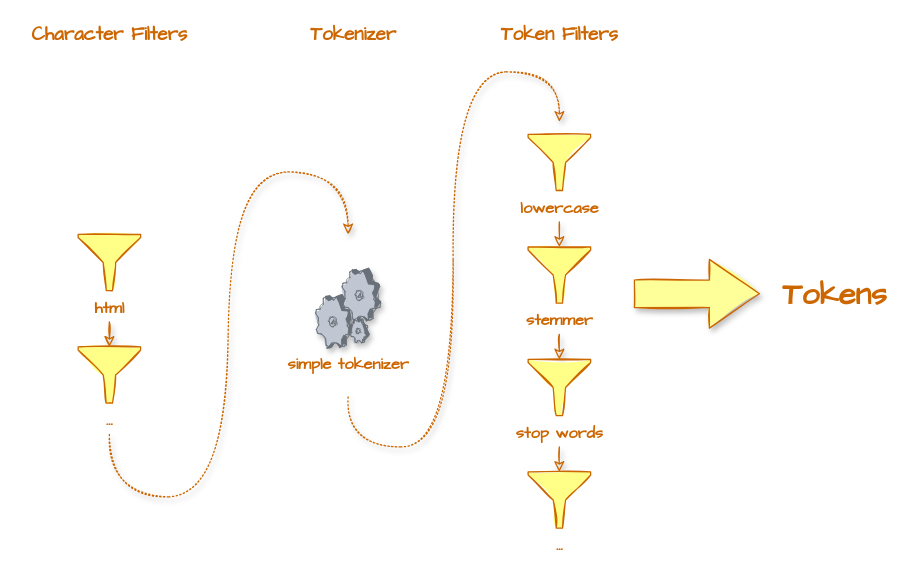
Above: page "textanalyzer" (3 of 3) of res/design.drawio in vincent-scw/mysearchengine (draw.io), before the change. Source tidied: cells renumbered, new cells numbered last; positions are measured from the earlier drawing's top-left corner, leaving out a move shared by most shapes. Both pictures are drawn from the tidied source at 125%, with x=0, y=0 at pixel (21, 21).
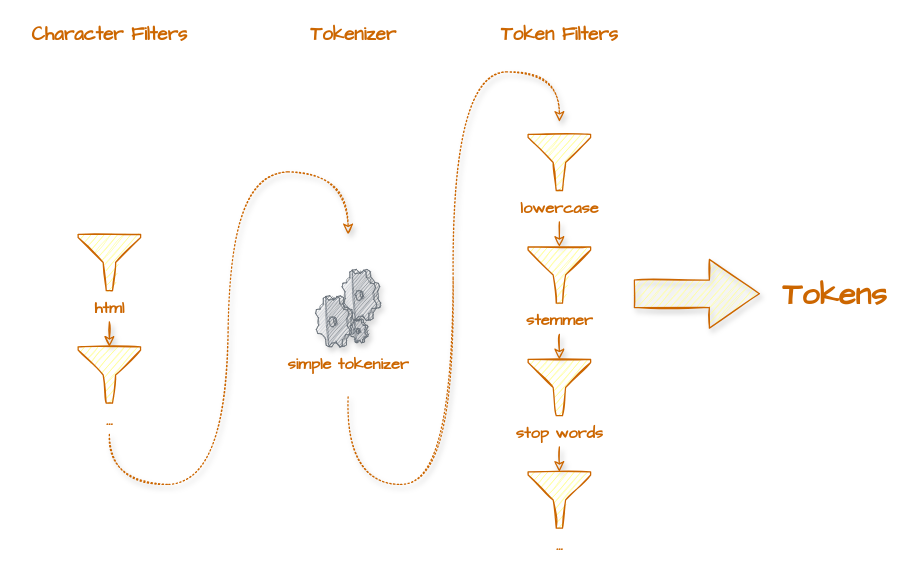
After the change.

Unchanged cells that the change refers to:
```xml
<mxCell id="2" style="group;fontColor=#CC6600;fontStyle=1;fontSize=13;" parent="1" vertex="1">
  <mxGeometry x="405" y="90" width="50" height="315" as="geometry" />
</mxCell>
<mxCell id="16" style="group;fontColor=#CC6600;fontStyle=1;fontSize=13;labelBorderColor=none;" parent="1" vertex="1">
  <mxGeometry x="45" y="170" width="50" height="135" as="geometry" />
</mxCell>
```

What changed in the source:
```diff
@@
-    <mxCell id="4" value="lowercase" style="shadow=0;dashed=0;html=1;strokeColor=#CC6600;labelPosition=center;verticalLabelPosition=bottom;verticalAlign=top;align=center;fillColor=#ffff88;shape=mxgraph.mscae.enterprise.filter;labelBackgroundColor=none;sketch=1;fontFamily=Comic Sans MS;fontSize=13;fontStyle=1;fontColor=#CC6600;fillStyle=solid;" parent="2" vertex="1">
+    <mxCell id="4" value="lowercase" style="shadow=0;dashed=0;html=1;strokeColor=#CC6600;labelPosition=center;verticalLabelPosition=bottom;verticalAlign=top;align=center;fillColor=#ffff88;shape=mxgraph.mscae.enterprise.filter;labelBackgroundColor=none;sketch=1;fontFamily=Comic Sans MS;fontSize=13;fontStyle=1;fontColor=#CC6600;fillStyle=auto;" parent="2" vertex="1">
       <mxGeometry width="50" height="45" as="geometry" />
     </mxCell>
@@
-    <mxCell id="6" value="stemmer" style="shadow=0;dashed=0;html=1;strokeColor=#CC6600;labelPosition=center;verticalLabelPosition=bottom;verticalAlign=top;align=center;fillColor=#ffff88;shape=mxgraph.mscae.enterprise.filter;labelBackgroundColor=none;sketch=1;fontFamily=Comic Sans MS;fontSize=13;fontStyle=1;fontColor=#CC6600;fillStyle=solid;" parent="2" vertex="1">
+    <mxCell id="6" value="stemmer" style="shadow=0;dashed=0;html=1;strokeColor=#CC6600;labelPosition=center;verticalLabelPosition=bottom;verticalAlign=top;align=center;fillColor=#ffff88;shape=mxgraph.mscae.enterprise.filter;labelBackgroundColor=none;sketch=1;fontFamily=Comic Sans MS;fontSize=13;fontStyle=1;fontColor=#CC6600;fillStyle=auto;" parent="2" vertex="1">
       <mxGeometry y="90" width="50" height="45" as="geometry" />
     </mxCell>
@@
-    <mxCell id="8" value="stop words" style="shadow=0;dashed=0;html=1;strokeColor=#CC6600;labelPosition=center;verticalLabelPosition=bottom;verticalAlign=top;align=center;fillColor=#ffff88;shape=mxgraph.mscae.enterprise.filter;labelBackgroundColor=none;sketch=1;fontFamily=Comic Sans MS;fontSize=13;fontStyle=1;fontColor=#CC6600;fillStyle=solid;" parent="2" vertex="1">
+    <mxCell id="8" value="stop words" style="shadow=0;dashed=0;html=1;strokeColor=#CC6600;labelPosition=center;verticalLabelPosition=bottom;verticalAlign=top;align=center;fillColor=#ffff88;shape=mxgraph.mscae.enterprise.filter;labelBackgroundColor=none;sketch=1;fontFamily=Comic Sans MS;fontSize=13;fontStyle=1;fontColor=#CC6600;fillStyle=auto;" parent="2" vertex="1">
       <mxGeometry y="180" width="50" height="45" as="geometry" />
     </mxCell>
-    <mxCell id="9" value="..." style="shadow=0;dashed=0;html=1;strokeColor=#CC6600;labelPosition=center;verticalLabelPosition=bottom;verticalAlign=top;align=center;fillColor=#ffff88;shape=mxgraph.mscae.enterprise.filter;labelBackgroundColor=none;sketch=1;fontFamily=Comic Sans MS;fontSize=13;fontStyle=1;fontColor=#CC6600;fillStyle=solid;" parent="2" vertex="1">
+    <mxCell id="9" value="..." style="shadow=0;dashed=0;html=1;strokeColor=#CC6600;labelPosition=center;verticalLabelPosition=bottom;verticalAlign=top;align=center;fillColor=#ffff88;shape=mxgraph.mscae.enterprise.filter;labelBackgroundColor=none;sketch=1;fontFamily=Comic Sans MS;fontSize=13;fontStyle=1;fontColor=#CC6600;fillStyle=auto;" parent="2" vertex="1">
       <mxGeometry y="270" width="50" height="45" as="geometry" />
     </mxCell>
@@
     <mxCell id="12" style="edgeStyle=orthogonalEdgeStyle;rounded=0;sketch=1;orthogonalLoop=1;jettySize=auto;html=1;shadow=1;endArrow=classic;endFill=0;strokeColor=#CC6600;strokeWidth=1;fontFamily=Comic Sans MS;fontSize=13;curved=1;dashed=1;dashPattern=1 2;fontColor=#CC6600;fontStyle=1;" parent="1" edge="1">
       <mxGeometry relative="1" as="geometry">
         <mxPoint x="70" y="330" as="sourcePoint" />
         <mxPoint x="261" y="170" as="targetPoint" />
         <Array as="points">
-          <mxPoint x="70" y="380" />
-          <mxPoint x="165" y="380" />
+          <mxPoint x="70" y="370" />
+          <mxPoint x="165" y="370" />
           <mxPoint x="165" y="120" />
           <mxPoint x="261" y="120" />
         </Array>
       </mxGeometry>
     </mxCell>
@@
     <mxCell id="14" style="edgeStyle=orthogonalEdgeStyle;curved=1;rounded=0;sketch=1;orthogonalLoop=1;jettySize=auto;html=1;shadow=1;dashed=1;dashPattern=1 2;endArrow=classic;endFill=0;strokeColor=#CC6600;strokeWidth=1;fontFamily=Comic Sans MS;fontSize=13;fontColor=#CC6600;" parent="1" edge="1">
       <mxGeometry relative="1" as="geometry">
         <mxPoint x="261" y="300" as="sourcePoint" />
         <mxPoint x="430" y="80" as="targetPoint" />
         <Array as="points">
-          <mxPoint x="261" y="340" />
-          <mxPoint x="345" y="340" />
+          <mxPoint x="261" y="370" />
+          <mxPoint x="345" y="370" />
           <mxPoint x="345" y="40" />
           <mxPoint x="430" y="40" />
         </Array>
       </mxGeometry>
     </mxCell>
-    <mxCell id="15" value="simple tokenizer" style="verticalLabelPosition=bottom;html=1;verticalAlign=top;strokeColor=none;align=center;shape=mxgraph.citrix.process;shadow=1;labelBackgroundColor=none;sketch=1;fontFamily=Comic Sans MS;fontSize=13;fontStyle=1;fontColor=#CC6600;fillColor=#CC6600;fillStyle=solid;" parent="1" vertex="1">
+    <mxCell id="15" value="simple tokenizer" style="verticalLabelPosition=bottom;html=1;verticalAlign=top;strokeColor=none;align=center;shape=mxgraph.citrix.process;shadow=1;labelBackgroundColor=none;sketch=1;fontFamily=Comic Sans MS;fontSize=13;fontStyle=1;fontColor=#CC6600;fillColor=#CC6600;fillStyle=auto;" parent="1" vertex="1">
       <mxGeometry x="235" y="198" width="52" height="62" as="geometry" />
     </mxCell>
@@
-    <mxCell id="18" value="html" style="shadow=0;dashed=0;html=1;strokeColor=#CC6600;labelPosition=center;verticalLabelPosition=bottom;verticalAlign=top;align=center;fillColor=#ffff88;shape=mxgraph.mscae.enterprise.filter;labelBackgroundColor=none;sketch=1;fontFamily=Comic Sans MS;fontSize=13;fontStyle=1;fontColor=#CC6600;labelBorderColor=none;fillStyle=solid;" parent="16" vertex="1">
+    <mxCell id="18" value="html" style="shadow=0;dashed=0;html=1;strokeColor=#CC6600;labelPosition=center;verticalLabelPosition=bottom;verticalAlign=top;align=center;fillColor=#ffff88;shape=mxgraph.mscae.enterprise.filter;labelBackgroundColor=none;sketch=1;fontFamily=Comic Sans MS;fontSize=13;fontStyle=1;fontColor=#CC6600;labelBorderColor=none;fillStyle=auto;" parent="16" vertex="1">
       <mxGeometry width="50" height="45" as="geometry" />
     </mxCell>
-    <mxCell id="19" value="..." style="shadow=0;dashed=0;html=1;strokeColor=#CC6600;labelPosition=center;verticalLabelPosition=bottom;verticalAlign=top;align=center;fillColor=#ffff88;shape=mxgraph.mscae.enterprise.filter;labelBackgroundColor=none;sketch=1;fontFamily=Comic Sans MS;fontSize=13;fontStyle=1;fontColor=#CC6600;fillStyle=solid;" parent="16" vertex="1">
+    <mxCell id="19" value="..." style="shadow=0;dashed=0;html=1;strokeColor=#CC6600;labelPosition=center;verticalLabelPosition=bottom;verticalAlign=top;align=center;fillColor=#ffff88;shape=mxgraph.mscae.enterprise.filter;labelBackgroundColor=none;sketch=1;fontFamily=Comic Sans MS;fontSize=13;fontStyle=1;fontColor=#CC6600;fillStyle=auto;" parent="16" vertex="1">
       <mxGeometry y="90" width="50" height="45" as="geometry" />
     </mxCell>
-    <mxCell id="20" style="html=1;whiteSpace=wrap;fillColor=#ffff99;shape=mxgraph.archimate3.process;shadow=1;labelBackgroundColor=none;sketch=1;strokeColor=#CC6600;fontFamily=Comic Sans MS;fontSize=13;fontColor=#CC6600;fillStyle=solid;" parent="1" vertex="1">
+    <mxCell id="20" style="html=1;whiteSpace=wrap;fillColor=#ffff99;shape=mxgraph.archimate3.process;shadow=1;labelBackgroundColor=none;sketch=1;strokeColor=#CC6600;fontFamily=Comic Sans MS;fontSize=13;fontColor=#CC6600;fillStyle=auto;" parent="1" vertex="1">
       <mxGeometry x="490" y="190" width="100" height="55" as="geometry" />
     </mxCell>
```
